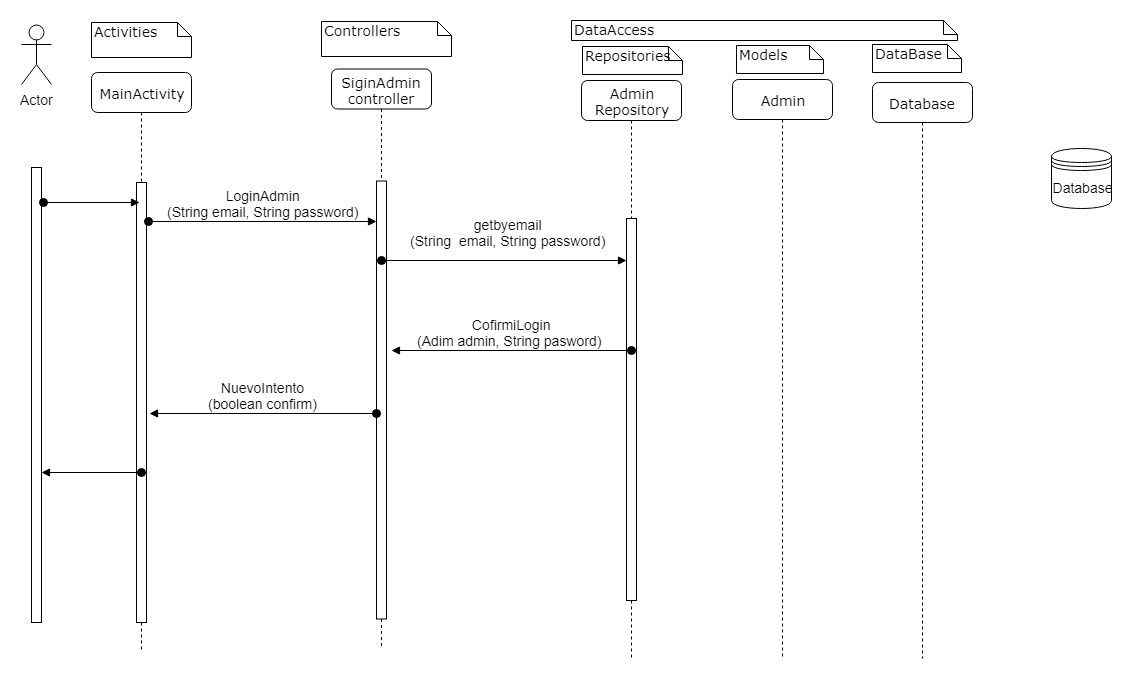
Earlier version of the draw.io export Docs/secuence/secuence_adminLogin.png (vbernalb/sei2019i_1D). Source tidied: cells renumbered, new cells last; positions are measured from the earlier drawing's top-left corner, leaving out a move shared by most shapes.
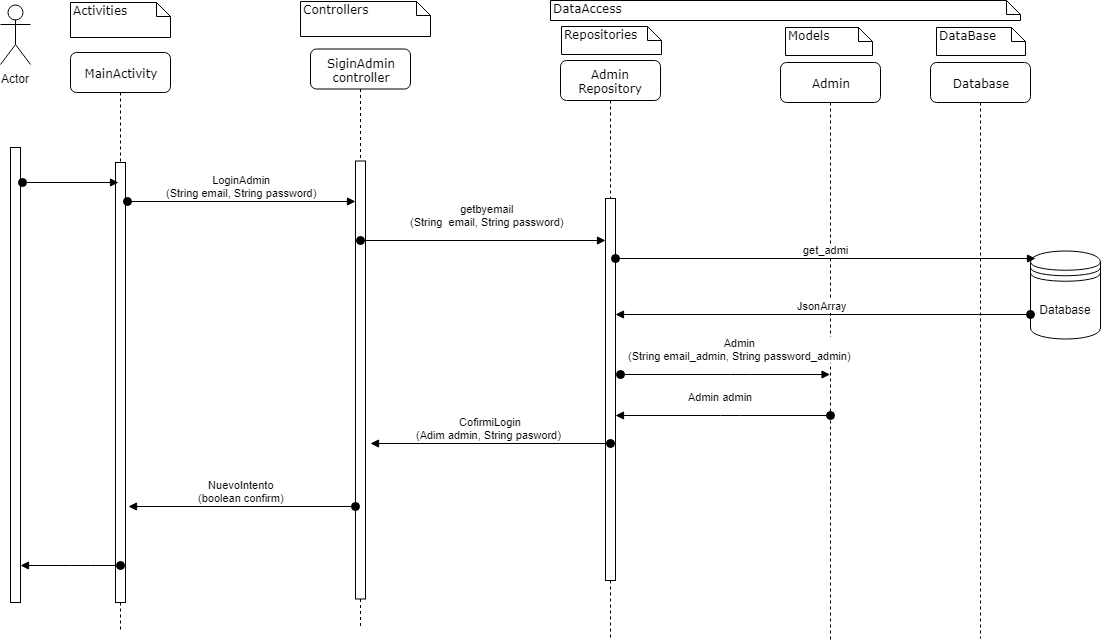
After the change.

Diff of the diagram source:
```diff
@@ -19,22 +19,12 @@
     <mxCell id="6" style="html=1;points=[];perimeter=orthogonalPerimeter;" parent="5" vertex="1">
       <mxGeometry x="45" y="138" width="10" height="382" as="geometry" />
     </mxCell>
-    <mxCell id="7" value="CofirmiLogin&lt;br&gt;(Adim admin, String pasword)&amp;nbsp;" style="html=1;verticalAlign=bottom;startArrow=oval;startFill=1;endArrow=block;startSize=8;entryX=1.5;entryY=0.387;entryDx=0;entryDy=0;entryPerimeter=0;" parent="5" edge="1" target="3">
-      <mxGeometry relative="1" as="geometry">
-        <mxPoint x="50" y="270" as="sourcePoint" />
-      </mxGeometry>
-    </mxCell>
     <mxCell id="8" value="&lt;span&gt;MainActivity&lt;/span&gt;" style="shape=umlLifeline;perimeter=lifelinePerimeter;whiteSpace=wrap;html=1;rounded=1;shadow=0;comic=0;labelBackgroundColor=none;strokeColor=#000000;strokeWidth=1;fillColor=#FFFFFF;fontFamily=Verdana;fontSize=12;fontColor=#000000;align=center;" parent="1" vertex="1">
       <mxGeometry x="70" y="52" width="100" height="580" as="geometry" />
     </mxCell>
     <mxCell id="9" style="html=1;points=[];perimeter=orthogonalPerimeter;" parent="8" vertex="1">
       <mxGeometry x="45" y="110" width="10" height="440" as="geometry" />
     </mxCell>
-    <mxCell id="10" style="html=1;verticalAlign=bottom;startArrow=oval;startFill=1;endArrow=block;startSize=8;" parent="8" edge="1" target="20">
-      <mxGeometry relative="1" as="geometry">
-        <mxPoint x="50" y="400" as="sourcePoint" />
-      </mxGeometry>
-    </mxCell>
     <mxCell id="11" value="Activities" style="shape=note;whiteSpace=wrap;html=1;size=14;verticalAlign=top;align=left;spacingTop=-6;rounded=0;shadow=0;comic=0;labelBackgroundColor=none;strokeColor=#000000;strokeWidth=1;fillColor=#FFFFFF;fontFamily=Verdana;fontSize=12;fontColor=#000000;" parent="1" vertex="1">
       <mxGeometry x="70" y="2" width="100" height="35" as="geometry" />
     </mxCell>
@@ -42,22 +32,22 @@
       <mxGeometry x="300" y="1" width="130" height="35" as="geometry" />
     </mxCell>
     <mxCell id="13" value="DataAccess" style="shape=note;whiteSpace=wrap;html=1;size=14;verticalAlign=top;align=left;spacingTop=-6;rounded=0;shadow=0;comic=0;labelBackgroundColor=none;strokeColor=#000000;strokeWidth=1;fillColor=#FFFFFF;fontFamily=Verdana;fontSize=12;fontColor=#000000;" parent="1" vertex="1">
-      <mxGeometry x="550" width="386" height="20" as="geometry" />
+      <mxGeometry x="550" width="470" height="20" as="geometry" />
     </mxCell>
     <mxCell id="14" value="Repositories" style="shape=note;whiteSpace=wrap;html=1;size=14;verticalAlign=top;align=left;spacingTop=-6;rounded=0;shadow=0;comic=0;labelBackgroundColor=none;strokeColor=#000000;strokeWidth=1;fillColor=#FFFFFF;fontFamily=Verdana;fontSize=12;fontColor=#000000;" parent="1" vertex="1">
       <mxGeometry x="561" y="26" width="100" height="28" as="geometry" />
     </mxCell>
     <mxCell id="15" value="Models" style="shape=note;whiteSpace=wrap;html=1;size=14;verticalAlign=top;align=left;spacingTop=-6;rounded=0;shadow=0;comic=0;labelBackgroundColor=none;strokeColor=#000000;strokeWidth=1;fillColor=#FFFFFF;fontFamily=Verdana;fontSize=12;fontColor=#000000;" parent="1" vertex="1">
-      <mxGeometry x="715" y="25" width="87" height="28" as="geometry" />
+      <mxGeometry x="785" y="27" width="87" height="28" as="geometry" />
     </mxCell>
     <mxCell id="16" value="Admin" style="shape=umlLifeline;perimeter=lifelinePerimeter;whiteSpace=wrap;html=1;rounded=1;shadow=0;comic=0;labelBackgroundColor=none;strokeColor=#000000;strokeWidth=1;fillColor=#FFFFFF;fontFamily=Verdana;fontSize=12;fontColor=#000000;align=center;" parent="1" vertex="1">
-      <mxGeometry x="711" y="59" width="100" height="580" as="geometry" />
+      <mxGeometry x="780" y="62" width="100" height="580" as="geometry" />
     </mxCell>
     <mxCell id="17" value="DataBase" style="shape=note;whiteSpace=wrap;html=1;size=14;verticalAlign=top;align=left;spacingTop=-6;rounded=0;shadow=0;comic=0;labelBackgroundColor=none;strokeColor=#000000;strokeWidth=1;fillColor=#FFFFFF;fontFamily=Verdana;fontSize=12;fontColor=#000000;" parent="1" vertex="1">
-      <mxGeometry x="851" y="24" width="89" height="28" as="geometry" />
+      <mxGeometry x="936" y="27" width="89" height="28" as="geometry" />
     </mxCell>
     <mxCell id="18" value="&lt;span&gt;Database&lt;/span&gt;" style="shape=umlLifeline;perimeter=lifelinePerimeter;whiteSpace=wrap;html=1;rounded=1;shadow=0;comic=0;labelBackgroundColor=none;strokeColor=#000000;strokeWidth=1;fillColor=#FFFFFF;fontFamily=Verdana;fontSize=12;fontColor=#000000;align=center;" parent="1" vertex="1">
-      <mxGeometry x="851" y="62" width="100" height="576" as="geometry" />
+      <mxGeometry x="930" y="62" width="100" height="576" as="geometry" />
     </mxCell>
     <mxCell id="19" value="Actor" style="shape=umlActor;verticalLabelPosition=bottom;labelBackgroundColor=#ffffff;verticalAlign=top;html=1;" parent="1" vertex="1">
       <mxGeometry y="4" width="30" height="60" as="geometry" />
@@ -66,7 +56,7 @@
       <mxGeometry x="10" y="147" width="10" height="455" as="geometry" />
     </mxCell>
     <mxCell id="21" value="Database" style="shape=datastore;whiteSpace=wrap;html=1;" parent="1" vertex="1">
-      <mxGeometry x="1030" y="128" width="60" height="60" as="geometry" />
+      <mxGeometry x="1030" y="250.5" width="70" height="88" as="geometry" />
     </mxCell>
     <mxCell id="22" value="LoginAdmin&lt;br&gt;(String email, String password)" style="html=1;verticalAlign=bottom;startArrow=oval;startFill=1;endArrow=block;startSize=8;exitX=1.3;exitY=0.089;exitDx=0;exitDy=0;exitPerimeter=0;" parent="1" edge="1" target="3">
       <mxGeometry relative="1" as="geometry">
@@ -79,8 +69,56 @@
         <mxPoint x="118" y="182" as="targetPoint" />
       </mxGeometry>
     </mxCell>
+    <mxCell id="25" value="Admin admin" style="html=1;verticalAlign=bottom;startArrow=oval;startFill=1;endArrow=block;startSize=8;" parent="1" edge="1">
+      <mxGeometry x="0.02" y="-10" relative="1" as="geometry">
+        <mxPoint x="830" y="415" as="sourcePoint" />
+        <mxPoint x="615" y="415" as="targetPoint" />
+        <Array as="points">
+          <mxPoint x="730" y="415" />
+        </Array>
+      </mxGeometry>
+    </mxCell>
+    <mxCell id="7" value="CofirmiLogin&lt;br&gt;(Adim admin, String pasword)&amp;nbsp;" style="html=1;verticalAlign=bottom;startArrow=oval;startFill=1;endArrow=block;startSize=8;entryX=1.5;entryY=0.387;entryDx=0;entryDy=0;entryPerimeter=0;" parent="1" edge="1">
+      <mxGeometry relative="1" as="geometry">
+        <mxPoint x="610" y="443" as="sourcePoint" />
+        <mxPoint x="370" y="443" as="targetPoint" />
+      </mxGeometry>
+    </mxCell>
-    <mxCell id="24" value="NuevoIntento&lt;br&gt;(boolean confirm)" style="html=1;verticalAlign=bottom;startArrow=oval;startFill=1;endArrow=block;startSize=8;entryX=1.3;entryY=0.525;entryDx=0;entryDy=0;entryPerimeter=0;" parent="1" edge="1" source="3" target="9">
-      <mxGeometry relative="1" as="geometry" />
+    <mxCell id="24" value="NuevoIntento&lt;br&gt;(boolean confirm)" style="html=1;verticalAlign=bottom;startArrow=oval;startFill=1;endArrow=block;startSize=8;entryX=1.3;entryY=0.525;entryDx=0;entryDy=0;entryPerimeter=0;" parent="1" edge="1">
+      <mxGeometry relative="1" as="geometry">
+        <mxPoint x="355" y="506" as="sourcePoint" />
+        <mxPoint x="128" y="506" as="targetPoint" />
+      </mxGeometry>
     </mxCell>
+    <mxCell id="10" style="html=1;verticalAlign=bottom;startArrow=oval;startFill=1;endArrow=block;startSize=8;" parent="1" edge="1">
+      <mxGeometry relative="1" as="geometry">
+        <mxPoint x="120" y="565" as="sourcePoint" />
+        <mxPoint x="20" y="565" as="targetPoint" />
+        <Array as="points">
+          <mxPoint x="80" y="565" />
+        </Array>
+      </mxGeometry>
+    </mxCell>
+    <mxCell id="26" value="JsonArray" style="html=1;verticalAlign=bottom;startArrow=oval;startFill=1;endArrow=block;startSize=8;exitX=0;exitY=0.7;exitDx=0;exitDy=0;" parent="1" edge="1">
+      <mxGeometry relative="1" as="geometry">
+        <mxPoint x="1030" y="314" as="sourcePoint" />
+        <mxPoint x="615" y="314" as="targetPoint" />
+      </mxGeometry>
+    </mxCell>
+    <mxCell id="27" value="get_admi" style="html=1;verticalAlign=bottom;startArrow=oval;startFill=1;endArrow=block;startSize=8;entryX=0.071;entryY=0.063;entryDx=0;entryDy=0;entryPerimeter=0;" parent="1" edge="1">
+      <mxGeometry relative="1" as="geometry">
+        <mxPoint x="615" y="258" as="sourcePoint" />
+        <mxPoint x="1035" y="258" as="targetPoint" />
+      </mxGeometry>
+    </mxCell>
+    <mxCell id="28" value="Admin&lt;br&gt;(String email_admin, String password_admin)" style="html=1;verticalAlign=bottom;startArrow=oval;startFill=1;endArrow=block;startSize=8;" parent="1" edge="1">
+      <mxGeometry x="0.14" y="10" relative="1" as="geometry">
+        <mxPoint x="620" y="374" as="sourcePoint" />
+        <mxPoint x="829.5" y="374" as="targetPoint" />
+        <Array as="points">
+          <mxPoint x="740" y="374" />
+        </Array>
+      </mxGeometry>
+    </mxCell>
   </root>
 </mxGraphModel>
```
